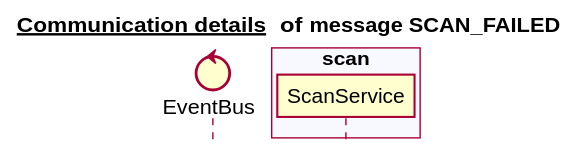
Above: docs/latest/images/gen_domain_messaging_scan_failed.svg in mercedes-benz/sechub (PlantUML), before the change.
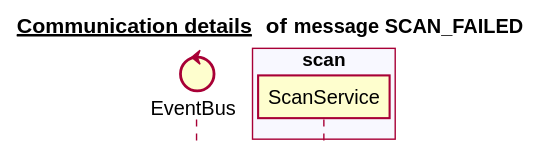
After the change.

The edit, as a diff of the source:
```diff
@@ -6,16 +6,16 @@
 
 
 control EventBus
-box "authorization" #C8C8CF
+box "schedule" #C8C8CF
 end box
 box "scan" #F8F8FF
    participant ScanService
 end box
-box "administration" #C8C8CF
+box "notification" #C8C8CF
 end box
-box "schedule" #F8F8FF
+box "administration" #F8F8FF
 end box
-box "notification" #C8C8CF
+box "authorization" #C8C8CF
 end box
 
 
```
